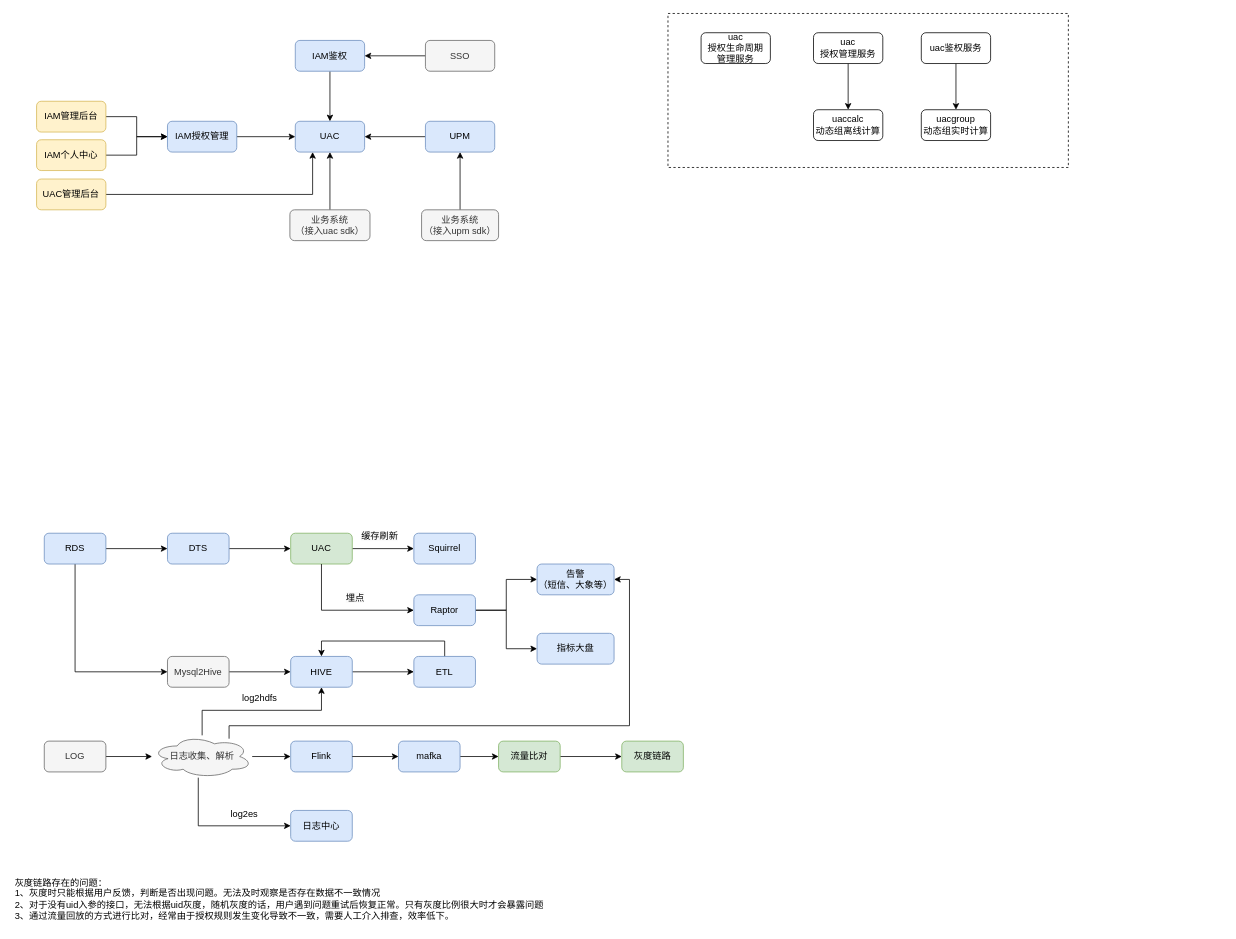
Earlier version of the draw.io diagram 架构.drawio (yamilinqh/spicedb). Source tidied: cells renumbered, new cells numbered last; positions are measured from the earlier drawing's top-left corner, leaving out a move shared by most shapes. Both pictures are drawn from the tidied source at 77%, with x=0, y=0 at pixel (13, 13).
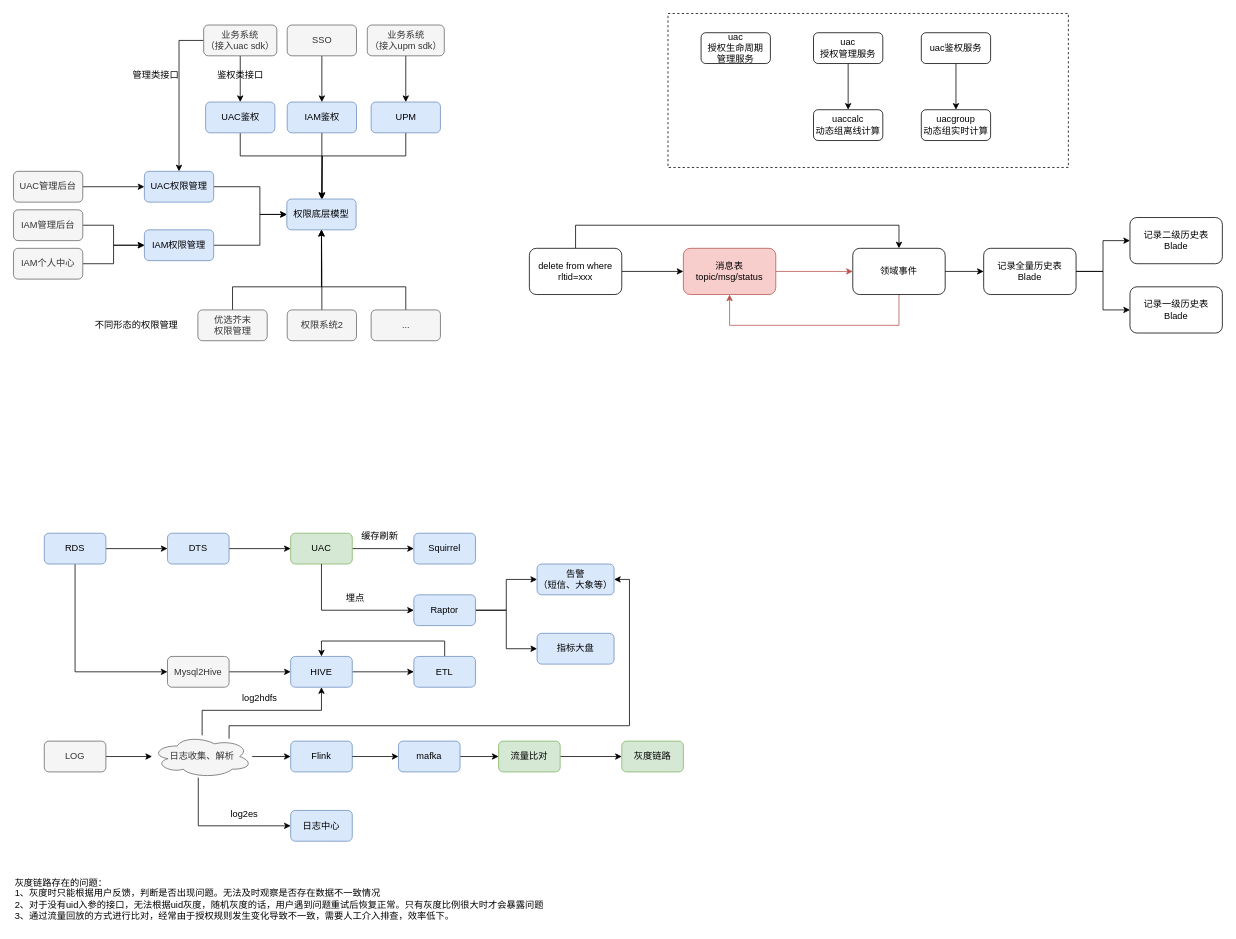
After the change.

The edit, as a diff of the source:
```diff
@@
-    <mxCell id="43" value="UAC" style="rounded=1;whiteSpace=wrap;html=1;fillColor=#dae8fc;strokeColor=#6c8ebf;" parent="1" vertex="1">
-      <mxGeometry x="366" y="140" width="90" height="40" as="geometry" />
+    <mxCell id="43" value="权限底层模型" style="rounded=1;whiteSpace=wrap;html=1;fillColor=#dae8fc;strokeColor=#6c8ebf;" parent="1" vertex="1">
+      <mxGeometry x="355" y="241" width="90" height="40" as="geometry" />
     </mxCell>
     <mxCell id="44" style="edgeStyle=orthogonalEdgeStyle;rounded=0;jettySize=auto;html=1;" parent="1" edge="1" source="45" target="43">
-      <mxGeometry relative="1" as="geometry" />
+      <mxGeometry relative="1" as="geometry">
+        <Array as="points">
+          <mxPoint x="510" y="185" />
+          <mxPoint x="401" y="185" />
+        </Array>
+      </mxGeometry>
     </mxCell>
     <mxCell id="45" value="UPM" style="rounded=1;whiteSpace=wrap;html=1;fillColor=#dae8fc;strokeColor=#6c8ebf;" parent="1" vertex="1">
-      <mxGeometry x="535" y="140" width="90" height="40" as="geometry" />
+      <mxGeometry x="464.5" y="115" width="90" height="40" as="geometry" />
     </mxCell>
     <mxCell id="46" style="edgeStyle=orthogonalEdgeStyle;rounded=0;jettySize=auto;html=1;" parent="1" edge="1" source="47" target="43">
-      <mxGeometry relative="1" as="geometry" />
+      <mxGeometry relative="1" as="geometry">
+        <Array as="points">
+          <mxPoint x="400" y="185" />
+          <mxPoint x="401" y="185" />
+        </Array>
+      </mxGeometry>
     </mxCell>
     <mxCell id="47" value="IAM鉴权" style="rounded=1;whiteSpace=wrap;html=1;fillColor=#dae8fc;strokeColor=#6c8ebf;" parent="1" vertex="1">
-      <mxGeometry x="366" y="35" width="90" height="40" as="geometry" />
+      <mxGeometry x="355.5" y="115" width="90" height="40" as="geometry" />
     </mxCell>
@@
     <mxCell id="49" value="SSO" style="rounded=1;whiteSpace=wrap;html=1;fillColor=#f5f5f5;fontColor=#333333;strokeColor=#666666;" parent="1" vertex="1">
-      <mxGeometry x="535" y="35" width="90" height="40" as="geometry" />
+      <mxGeometry x="355.5" y="15" width="90" height="40" as="geometry" />
     </mxCell>
     <mxCell id="50" style="edgeStyle=orthogonalEdgeStyle;rounded=0;jettySize=auto;html=1;" parent="1" edge="1" source="51" target="43">
-      <mxGeometry relative="1" as="geometry" />
+      <mxGeometry relative="1" as="geometry">
+        <Array as="points">
+          <mxPoint x="320" y="301" />
+          <mxPoint x="320" y="261" />
+        </Array>
+      </mxGeometry>
     </mxCell>
-    <mxCell id="51" value="IAM授权管理" style="rounded=1;whiteSpace=wrap;html=1;fillColor=#dae8fc;strokeColor=#6c8ebf;" parent="1" vertex="1">
-      <mxGeometry x="200" y="140" width="90" height="40" as="geometry" />
+    <mxCell id="51" value="IAM权限管理" style="rounded=1;whiteSpace=wrap;html=1;fillColor=#dae8fc;strokeColor=#6c8ebf;" parent="1" vertex="1">
+      <mxGeometry x="170" y="281" width="90" height="40" as="geometry" />
     </mxCell>
@@
-    <mxCell id="53" value="IAM管理后台" style="rounded=1;whiteSpace=wrap;html=1;fillColor=#fff2cc;strokeColor=#d6b656;" parent="1" vertex="1">
-      <mxGeometry x="30" y="114" width="90" height="40" as="geometry" />
+    <mxCell id="53" value="IAM管理后台" style="rounded=1;whiteSpace=wrap;html=1;fillColor=#f5f5f5;strokeColor=#666666;fontColor=#333333;" parent="1" vertex="1">
+      <mxGeometry y="255" width="90" height="40" as="geometry" />
     </mxCell>
@@
-    <mxCell id="55" value="IAM个人中心" style="rounded=1;whiteSpace=wrap;html=1;fillColor=#fff2cc;strokeColor=#d6b656;" parent="1" vertex="1">
-      <mxGeometry x="30" y="164" width="90" height="40" as="geometry" />
+    <mxCell id="55" value="IAM个人中心" style="rounded=1;whiteSpace=wrap;html=1;fillColor=#f5f5f5;strokeColor=#666666;fontColor=#333333;" parent="1" vertex="1">
+      <mxGeometry y="305" width="90" height="40" as="geometry" />
     </mxCell>
@@
     <mxCell id="64" value="业务系统&lt;br&gt;（接入upm sdk）" style="rounded=1;whiteSpace=wrap;html=1;fillColor=#f5f5f5;fontColor=#333333;strokeColor=#666666;" parent="1" vertex="1">
-      <mxGeometry x="530" y="255" width="100" height="40" as="geometry" />
+      <mxGeometry x="459.5" y="15" width="100" height="40" as="geometry" />
     </mxCell>
-    <mxCell id="65" style="edgeStyle=orthogonalEdgeStyle;rounded=0;jettySize=auto;html=1;" parent="1" edge="1" source="66" target="43">
-      <mxGeometry relative="1" as="geometry" />
-    </mxCell>
+    <mxCell id="69" style="edgeStyle=orthogonalEdgeStyle;rounded=0;jettySize=auto;html=1;" parent="1" edge="1" source="66" target="72">
+      <mxGeometry relative="1" as="geometry" />
+    </mxCell>
+    <mxCell id="70" style="edgeStyle=orthogonalEdgeStyle;rounded=0;jettySize=auto;html=1;" parent="1" edge="1" source="66" target="74">
+      <mxGeometry relative="1" as="geometry">
+        <Array as="points">
+          <mxPoint x="215" y="35" />
+        </Array>
+      </mxGeometry>
+    </mxCell>
-    <mxCell id="66" value="业务系统&lt;br&gt;（接入uac sdk）" style="rounded=1;whiteSpace=wrap;html=1;fillColor=#f5f5f5;fontColor=#333333;strokeColor=#666666;" parent="1" vertex="1">
-      <mxGeometry x="359" y="255" width="104" height="40" as="geometry" />
+    <mxCell id="66" value="业务系统&lt;br&gt;（接入uac sdk）" style="rounded=1;whiteSpace=wrap;html=1;fillColor=#f5f5f5;fontColor=#333333;strokeColor=#666666;direction=south;" parent="1" vertex="1">
+      <mxGeometry x="247" y="15" width="95" height="40" as="geometry" />
     </mxCell>
-    <mxCell id="67" style="edgeStyle=orthogonalEdgeStyle;rounded=0;jettySize=auto;html=1;entryX=0.25;entryY=1;entryDx=0;entryDy=0;" parent="1" edge="1" source="68" target="43">
+    <mxCell id="67" style="edgeStyle=orthogonalEdgeStyle;rounded=0;jettySize=auto;html=1;" parent="1" edge="1" source="68" target="74">
       <mxGeometry relative="1" as="geometry" />
     </mxCell>
-    <mxCell id="68" value="UAC管理后台" style="rounded=1;whiteSpace=wrap;html=1;fillColor=#fff2cc;strokeColor=#d6b656;" parent="1" vertex="1">
-      <mxGeometry x="30" y="215" width="90" height="40" as="geometry" />
+    <mxCell id="68" value="UAC管理后台" style="rounded=1;whiteSpace=wrap;html=1;fillColor=#f5f5f5;strokeColor=#666666;fontColor=#333333;" parent="1" vertex="1">
+      <mxGeometry y="205" width="90" height="40" as="geometry" />
     </mxCell>
+    <mxCell id="71" style="edgeStyle=orthogonalEdgeStyle;rounded=0;jettySize=auto;html=1;entryX=0.5;entryY=0;entryDx=0;entryDy=0;" parent="1" edge="1" source="72" target="43">
+      <mxGeometry relative="1" as="geometry">
+        <Array as="points">
+          <mxPoint x="295" y="185" />
+          <mxPoint x="401" y="185" />
+        </Array>
+      </mxGeometry>
+    </mxCell>
+    <mxCell id="72" value="UAC鉴权" style="rounded=1;whiteSpace=wrap;html=1;fillColor=#dae8fc;strokeColor=#6c8ebf;" parent="1" vertex="1">
+      <mxGeometry x="249.5" y="115" width="90" height="40" as="geometry" />
+    </mxCell>
+    <mxCell id="73" style="edgeStyle=orthogonalEdgeStyle;rounded=0;jettySize=auto;html=1;" parent="1" edge="1" source="74" target="43">
+      <mxGeometry relative="1" as="geometry">
+        <Array as="points">
+          <mxPoint x="320" y="225" />
+          <mxPoint x="320" y="261" />
+        </Array>
+      </mxGeometry>
+    </mxCell>
+    <mxCell id="74" value="UAC权限管理" style="rounded=1;whiteSpace=wrap;html=1;fillColor=#dae8fc;strokeColor=#6c8ebf;" parent="1" vertex="1">
+      <mxGeometry x="170" y="205" width="90" height="40" as="geometry" />
+    </mxCell>
+    <mxCell id="75" value="管理类接口" style="text;html=1;align=center;verticalAlign=middle;whiteSpace=wrap;rounded=0;" parent="1" vertex="1">
+      <mxGeometry x="150" y="65" width="70" height="30" as="geometry" />
+    </mxCell>
+    <mxCell id="76" value="鉴权类接口" style="text;html=1;align=center;verticalAlign=middle;whiteSpace=wrap;rounded=0;" parent="1" vertex="1">
+      <mxGeometry x="259.5" y="65" width="70" height="30" as="geometry" />
+    </mxCell>
+    <mxCell id="77" style="edgeStyle=orthogonalEdgeStyle;rounded=0;jettySize=auto;html=1;" parent="1" edge="1" source="79" target="85">
+      <mxGeometry relative="1" as="geometry" />
+    </mxCell>
+    <mxCell id="78" style="edgeStyle=orthogonalEdgeStyle;rounded=0;jettySize=auto;html=1;" parent="1" edge="1" source="79" target="82">
+      <mxGeometry relative="1" as="geometry">
+        <Array as="points">
+          <mxPoint x="730" y="275" />
+          <mxPoint x="1150" y="275" />
+        </Array>
+      </mxGeometry>
+    </mxCell>
+    <mxCell id="79" value="delete from where rltid=xxx" style="rounded=1;whiteSpace=wrap;html=1;" parent="1" vertex="1">
+      <mxGeometry x="670" y="305" width="120" height="60" as="geometry" />
+    </mxCell>
+    <mxCell id="80" style="edgeStyle=orthogonalEdgeStyle;rounded=0;jettySize=auto;html=1;fillColor=#f8cecc;strokeColor=#b85450;" parent="1" edge="1" source="82" target="85">
+      <mxGeometry relative="1" as="geometry">
+        <Array as="points">
+          <mxPoint x="1150" y="405" />
+          <mxPoint x="930" y="405" />
+        </Array>
+      </mxGeometry>
+    </mxCell>
+    <mxCell id="81" style="edgeStyle=orthogonalEdgeStyle;rounded=0;jettySize=auto;html=1;entryX=0;entryY=0.5;entryDx=0;entryDy=0;" parent="1" edge="1" source="82" target="89">
+      <mxGeometry relative="1" as="geometry" />
+    </mxCell>
+    <mxCell id="82" value="领域事件" style="rounded=1;whiteSpace=wrap;html=1;" parent="1" vertex="1">
+      <mxGeometry x="1090" y="305" width="120" height="60" as="geometry" />
+    </mxCell>
+    <mxCell id="83" value="记录二级历史表&lt;br&gt;Blade" style="rounded=1;whiteSpace=wrap;html=1;" parent="1" vertex="1">
+      <mxGeometry x="1450" y="265" width="120" height="60" as="geometry" />
+    </mxCell>
+    <mxCell id="84" style="edgeStyle=orthogonalEdgeStyle;rounded=0;jettySize=auto;html=1;fillColor=#f8cecc;strokeColor=#b85450;" parent="1" edge="1" source="85" target="82">
+      <mxGeometry relative="1" as="geometry" />
+    </mxCell>
+    <mxCell id="85" value="消息表&lt;br&gt;topic/msg/status" style="rounded=1;whiteSpace=wrap;html=1;fillColor=#f8cecc;strokeColor=#b85450;" parent="1" vertex="1">
+      <mxGeometry x="870" y="305" width="120" height="60" as="geometry" />
+    </mxCell>
+    <mxCell id="86" value="记录一级历史表&lt;br&gt;Blade" style="rounded=1;whiteSpace=wrap;html=1;" parent="1" vertex="1">
+      <mxGeometry x="1450" y="355" width="120" height="60" as="geometry" />
+    </mxCell>
+    <mxCell id="87" style="edgeStyle=orthogonalEdgeStyle;rounded=0;jettySize=auto;html=1;" parent="1" edge="1" source="89" target="86">
+      <mxGeometry relative="1" as="geometry" />
+    </mxCell>
+    <mxCell id="88" style="edgeStyle=orthogonalEdgeStyle;rounded=0;jettySize=auto;html=1;" parent="1" edge="1" source="89" target="83">
+      <mxGeometry relative="1" as="geometry" />
+    </mxCell>
+    <mxCell id="89" value="记录全量历史表&lt;br&gt;Blade" style="rounded=1;whiteSpace=wrap;html=1;" parent="1" vertex="1">
+      <mxGeometry x="1260" y="305" width="120" height="60" as="geometry" />
+    </mxCell>
+    <mxCell id="90" style="edgeStyle=orthogonalEdgeStyle;rounded=0;jettySize=auto;html=1;" parent="1" edge="1" source="91" target="43">
+      <mxGeometry relative="1" as="geometry" />
+    </mxCell>
+    <mxCell id="91" value="权限系统2" style="rounded=1;whiteSpace=wrap;html=1;fillColor=#f5f5f5;strokeColor=#666666;fontColor=#333333;" parent="1" vertex="1">
+      <mxGeometry x="355.5" y="385" width="90" height="40" as="geometry" />
+    </mxCell>
+    <mxCell id="92" style="edgeStyle=orthogonalEdgeStyle;rounded=0;jettySize=auto;html=1;" parent="1" edge="1" source="93" target="43">
+      <mxGeometry relative="1" as="geometry">
+        <Array as="points">
+          <mxPoint x="285" y="355" />
+          <mxPoint x="400" y="355" />
+        </Array>
+      </mxGeometry>
+    </mxCell>
+    <mxCell id="93" value="优选芥末&lt;br&gt;权限管理" style="rounded=1;whiteSpace=wrap;html=1;fillColor=#f5f5f5;strokeColor=#666666;fontColor=#333333;" parent="1" vertex="1">
+      <mxGeometry x="239.5" y="385" width="90" height="40" as="geometry" />
+    </mxCell>
+    <mxCell id="94" style="edgeStyle=orthogonalEdgeStyle;rounded=0;jettySize=auto;html=1;" parent="1" edge="1" source="95" target="43">
+      <mxGeometry relative="1" as="geometry">
+        <Array as="points">
+          <mxPoint x="510" y="355" />
+          <mxPoint x="400" y="355" />
+        </Array>
+      </mxGeometry>
+    </mxCell>
+    <mxCell id="95" value="..." style="rounded=1;whiteSpace=wrap;html=1;fillColor=#f5f5f5;strokeColor=#666666;fontColor=#333333;" parent="1" vertex="1">
+      <mxGeometry x="464.5" y="385" width="90" height="40" as="geometry" />
+    </mxCell>
+    <mxCell id="96" value="不同形态的权限管理" style="text;html=1;align=center;verticalAlign=middle;whiteSpace=wrap;rounded=0;" parent="1" vertex="1">
+      <mxGeometry x="100" y="390" width="120" height="30" as="geometry" />
+    </mxCell>
```
